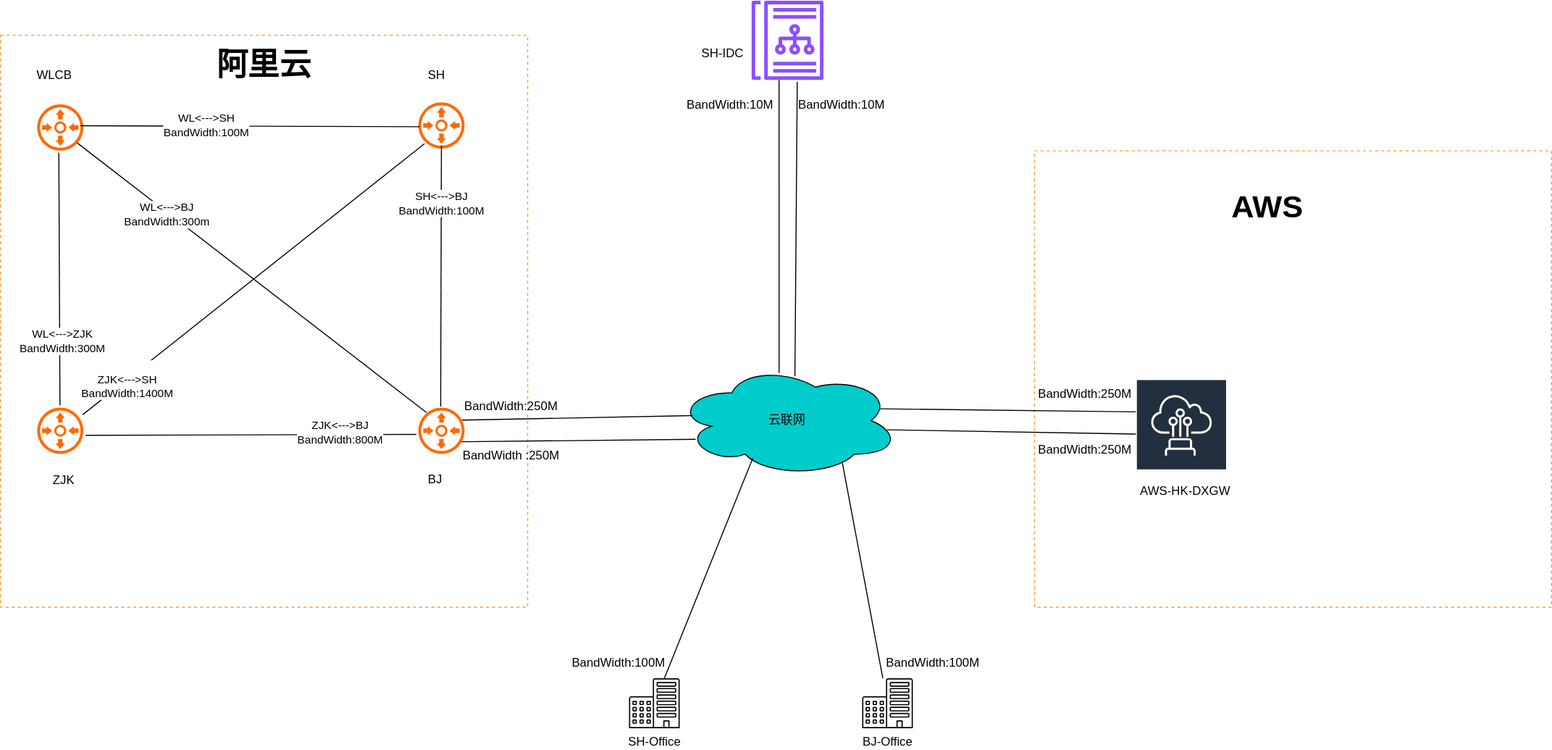
Before: traffic.svg, a diagram exported from draw.io (FailEnd/ITPortal). Source tidied: cells renumbered, new cells last; positions are measured from the earlier drawing's top-left corner, leaving out a move shared by most shapes.
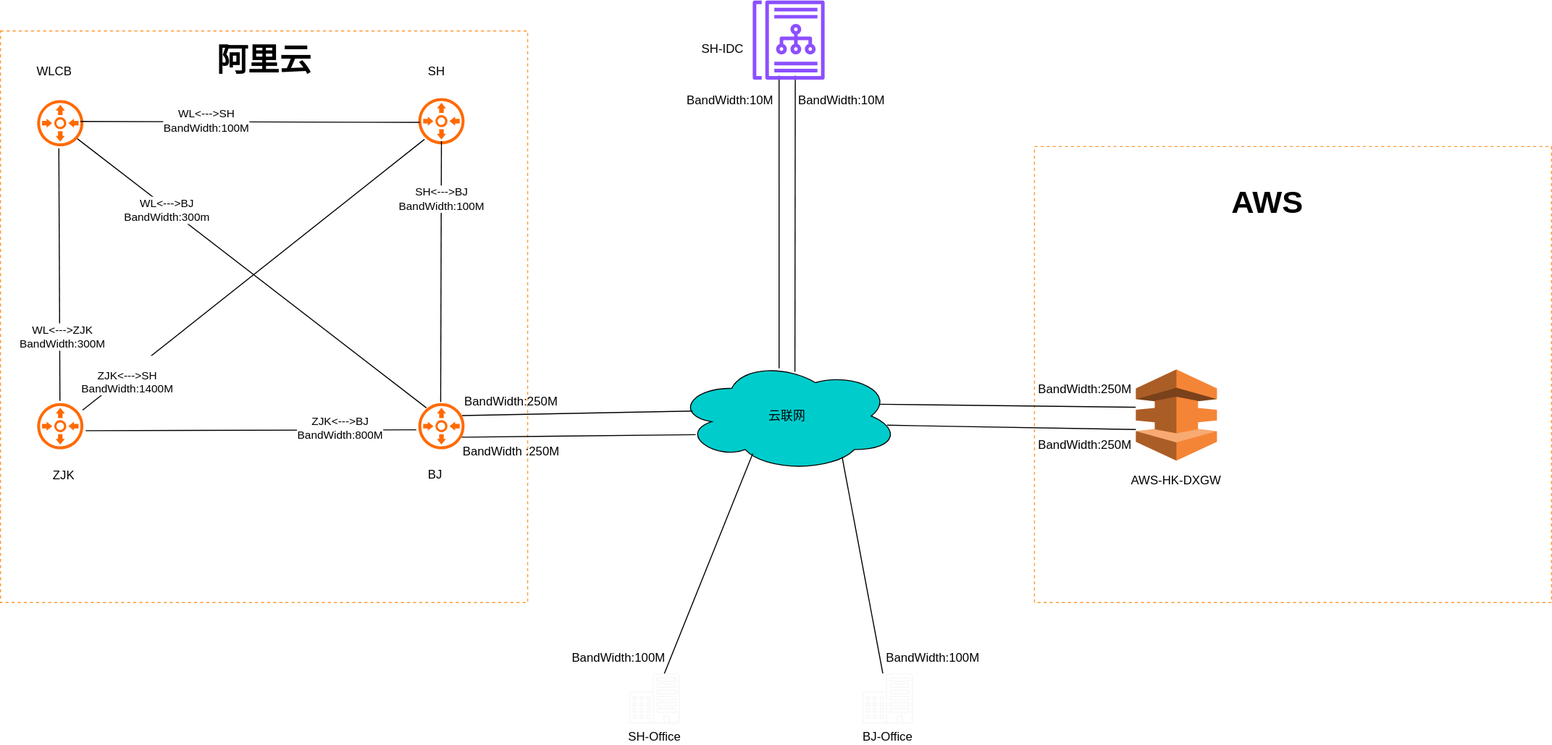
Later version of the same file.

The edit, as a diff of the source:
```diff
@@ -26,19 +26,18 @@
     <mxCell id="9" value="云联网" style="ellipse;shape=cloud;whiteSpace=wrap;html=1;fillColor=#00CCCC;" parent="1" vertex="1">
       <mxGeometry x="666.4" y="359" width="220" height="110" as="geometry" />
     </mxCell>
-    <mxCell id="10" value="SH-Office" style="sketch=0;verticalLabelPosition=bottom;sketch=0;html=1;verticalAlign=top;strokeColor=none;fillColor=#000000;align=center;outlineConnect=0;shape=mxgraph.citrix2.office;" parent="1" vertex="1">
+    <mxCell id="10" value="SH-Office" style="sketch=0;verticalLabelPosition=bottom;sketch=0;html=1;verticalAlign=top;strokeColor=none;fillColor=light-dark(#f8f7f7, #ededed);align=center;outlineConnect=0;shape=mxgraph.citrix2.office;" parent="1" vertex="1">
       <mxGeometry x="620" y="668" width="50" height="49.2" as="geometry" />
     </mxCell>
-    <mxCell id="11" value="BJ-Office" style="sketch=0;verticalLabelPosition=bottom;sketch=0;html=1;verticalAlign=top;strokeColor=none;fillColor=#000000;align=center;outlineConnect=0;shape=mxgraph.citrix2.office;" parent="1" vertex="1">
-      <mxGeometry x="850" y="668" width="50" height="49.2" as="geometry" />
-    </mxCell>
     <mxCell id="12" style="endArrow=none;html=1;rounded=0;entryX=0.344;entryY=0.836;entryDx=0;entryDy=0;entryPerimeter=0;" parent="1" edge="1" source="10" target="9">
       <mxGeometry relative="1" as="geometry" />
     </mxCell>
-    <mxCell id="13" style="endArrow=none;html=1;rounded=0;entryX=0.745;entryY=0.869;entryDx=0;entryDy=0;entryPerimeter=0;" parent="1" edge="1" source="11" target="9">
-      <mxGeometry relative="1" as="geometry" />
+    <mxCell id="13" style="endArrow=none;html=1;rounded=0;entryX=0.745;entryY=0.869;entryDx=0;entryDy=0;entryPerimeter=0;" parent="1" edge="1" target="9">
+      <mxGeometry relative="1" as="geometry">
+        <mxPoint x="870.4" y="668" as="sourcePoint" />
+      </mxGeometry>
     </mxCell>
-    <mxCell id="14" style="endArrow=none;html=1;rounded=0;entryX=0.533;entryY=0.102;entryDx=0;entryDy=0;entryPerimeter=0;exitX=0.635;exitY=1.026;exitDx=0;exitDy=0;exitPerimeter=0;" parent="1" edge="1" source="48" target="9">
+    <mxCell id="14" style="endArrow=none;html=1;rounded=0;entryX=0.533;entryY=0.102;entryDx=0;entryDy=0;entryPerimeter=0;exitX=0.592;exitY=0.949;exitDx=0;exitDy=0;exitPerimeter=0;" parent="1" edge="1" source="50" target="9">
       <mxGeometry relative="1" as="geometry" />
     </mxCell>
     <mxCell id="15" style="endArrow=none;html=1;rounded=0;exitX=0.391;exitY=0.884;exitDx=0;exitDy=0;exitPerimeter=0;entryX=0.462;entryY=0.071;entryDx=0;entryDy=0;entryPerimeter=0;" parent="1" edge="1" target="9">
@@ -52,17 +51,18 @@
     <mxCell id="17" style="endArrow=none;html=1;rounded=0;exitX=0.088;exitY=0.667;exitDx=0;exitDy=0;exitPerimeter=0;entryX=0.899;entryY=0.717;entryDx=0;entryDy=0;entryPerimeter=0;" parent="1" edge="1" source="9" target="7">
       <mxGeometry relative="1" as="geometry" />
     </mxCell>
-    <mxCell id="18" style="sketch=0;outlineConnect=0;fontColor=#232F3E;gradientColor=none;strokeColor=#ffffff;fillColor=#232F3E;dashed=0;verticalLabelPosition=middle;verticalAlign=bottom;align=center;html=1;whiteSpace=wrap;fontSize=10;fontStyle=1;spacing=3;shape=mxgraph.aws4.productIcon;prIcon=mxgraph.aws4.direct_connect;" parent="1" vertex="1">
-      <mxGeometry x="1120" y="373" width="90" height="110" as="geometry" />
-    </mxCell>
-    <mxCell id="19" style="endArrow=none;html=1;rounded=0;exitX=0.913;exitY=0.394;exitDx=0;exitDy=0;exitPerimeter=0;entryX=-0.002;entryY=0.294;entryDx=0;entryDy=0;entryPerimeter=0;" parent="1" edge="1" source="9" target="18">
-      <mxGeometry relative="1" as="geometry" />
+    <mxCell id="19" style="endArrow=none;html=1;rounded=0;exitX=0.913;exitY=0.394;exitDx=0;exitDy=0;exitPerimeter=0;entryX=-0.002;entryY=0.294;entryDx=0;entryDy=0;entryPerimeter=0;" parent="1" edge="1" source="9">
+      <mxGeometry relative="1" as="geometry">
+        <mxPoint x="1119.8" y="405.3" as="targetPoint" />
+      </mxGeometry>
     </mxCell>
-    <mxCell id="20" style="endArrow=none;html=1;rounded=0;exitX=0.946;exitY=0.582;exitDx=0;exitDy=0;exitPerimeter=0;" parent="1" edge="1" source="9" target="18">
-      <mxGeometry relative="1" as="geometry" />
+    <mxCell id="20" style="endArrow=none;html=1;rounded=0;exitX=0.946;exitY=0.582;exitDx=0;exitDy=0;exitPerimeter=0;" parent="1" edge="1" source="9">
+      <mxGeometry relative="1" as="geometry">
+        <mxPoint x="1120" y="427.2" as="targetPoint" />
+      </mxGeometry>
     </mxCell>
     <mxCell id="21" value="AWS-HK-DXGW" style="text;strokeColor=none;align=center;fillColor=none;html=1;verticalAlign=middle;whiteSpace=wrap;rounded=0;" parent="1" vertex="1">
-      <mxGeometry x="1109" y="469" width="120" height="30" as="geometry" />
+      <mxGeometry x="1100" y="463" width="120" height="30" as="geometry" />
     </mxCell>
     <mxCell id="22" value="AWS" style="text;html=1;align=center;verticalAlign=middle;whiteSpace=wrap;rounded=0;fontSize=31;fontStyle=1;" parent="1" vertex="1">
       <mxGeometry x="1220" y="188" width="60" height="30" as="geometry" />
@@ -73,9 +73,6 @@
     <mxCell id="24" value="&lt;span style=&quot;color: rgb(0, 0, 0); font-family: Helvetica; font-size: 12px; font-style: normal; font-variant-ligatures: normal; font-variant-caps: normal; font-weight: 400; letter-spacing: normal; orphans: 2; text-align: center; text-indent: 0px; text-transform: none; widows: 2; word-spacing: 0px; -webkit-text-stroke-width: 0px; white-space: nowrap; background-color: rgb(255, 255, 255); text-decoration-thickness: initial; text-decoration-style: initial; text-decoration-color: initial; display: inline !important; float: none;&quot;&gt;WLCB&lt;/span&gt;" style="text;whiteSpace=wrap;html=1;" parent="1" vertex="1">
       <mxGeometry x="34" y="60" width="70" height="40" as="geometry" />
     </mxCell>
-    <mxCell id="25" value="&lt;div style=&quot;text-align: center;&quot;&gt;&lt;span style=&quot;color: light-dark(rgb(0, 0, 0), rgb(255, 255, 255)); text-wrap-mode: nowrap; background-color: rgb(255, 255, 255);&quot;&gt;ZJK&lt;/span&gt;&lt;/div&gt;" style="text;whiteSpace=wrap;html=1;" parent="1" vertex="1">
-      <mxGeometry x="50" y="459" width="70" height="40" as="geometry" />
-    </mxCell>
     <mxCell id="26" value="&lt;span style=&quot;color: rgb(0, 0, 0); font-family: Helvetica; font-size: 12px; font-style: normal; font-variant-ligatures: normal; font-variant-caps: normal; font-weight: 400; letter-spacing: normal; orphans: 2; text-align: center; text-indent: 0px; text-transform: none; widows: 2; word-spacing: 0px; -webkit-text-stroke-width: 0px; white-space: nowrap; background-color: rgb(255, 255, 255); text-decoration-thickness: initial; text-decoration-style: initial; text-decoration-color: initial; display: inline !important; float: none;&quot;&gt;BJ&lt;/span&gt;" style="text;whiteSpace=wrap;html=1;" parent="1" vertex="1">
       <mxGeometry x="420" y="458" width="70" height="40" as="geometry" />
     </mxCell>
@@ -146,8 +143,17 @@
     <mxCell id="47" value="BandWidth:250M" style="text;strokeColor=none;align=center;fillColor=none;html=1;verticalAlign=middle;whiteSpace=wrap;rounded=0;" parent="1" vertex="1">
       <mxGeometry x="1040" y="428" width="60" height="30" as="geometry" />
     </mxCell>
-    <mxCell id="48" style="sketch=0;outlineConnect=0;fontColor=#232F3E;gradientColor=none;fillColor=#8C4FFF;strokeColor=none;dashed=0;verticalLabelPosition=bottom;verticalAlign=top;align=center;html=1;fontSize=12;fontStyle=0;shape=mxgraph.aws4.datazone_business_data_catalog;" parent="1" vertex="1">
-      <mxGeometry x="740.9" width="71" height="78" as="geometry" />
-    </mxCell>
+    <mxCell id="25" value="&lt;div style=&quot;text-align: center;&quot;&gt;&lt;span style=&quot;color: light-dark(rgb(0, 0, 0), rgb(255, 255, 255)); text-wrap-mode: nowrap; background-color: rgb(255, 255, 255);&quot;&gt;ZJK&lt;/span&gt;&lt;/div&gt;" style="text;whiteSpace=wrap;html=1;" parent="1" vertex="1">
+      <mxGeometry x="50" y="459" width="70" height="40" as="geometry" />
+    </mxCell>
+    <mxCell id="49" style="dashed=0;verticalLabelPosition=bottom;verticalAlign=top;align=center;html=1;shape=mxgraph.aws3.direct_connect;fillColor=#F58536;gradientColor=none;" parent="1" vertex="1">
+      <mxGeometry x="1120" y="368" width="80" height="90" as="geometry" />
+    </mxCell>
+    <mxCell id="50" style="sketch=0;outlineConnect=0;fontColor=#232F3E;gradientColor=none;fillColor=#8C4FFF;strokeColor=none;dashed=0;verticalLabelPosition=bottom;verticalAlign=top;align=center;html=1;fontSize=12;fontStyle=0;shape=mxgraph.aws4.datazone_business_data_catalog;" parent="1" vertex="1">
+      <mxGeometry x="742" y="4" width="71" height="78" as="geometry" />
+    </mxCell>
+    <mxCell id="11" value="BJ-Office" style="sketch=0;verticalLabelPosition=bottom;sketch=0;html=1;verticalAlign=top;strokeColor=none;fillColor=light-dark(#f8f7f7, #ededed);align=center;outlineConnect=0;shape=mxgraph.citrix2.office;" parent="1" vertex="1">
+      <mxGeometry x="850" y="668" width="50" height="49.2" as="geometry" />
+    </mxCell>
   </root>
 </mxGraphModel>
```
